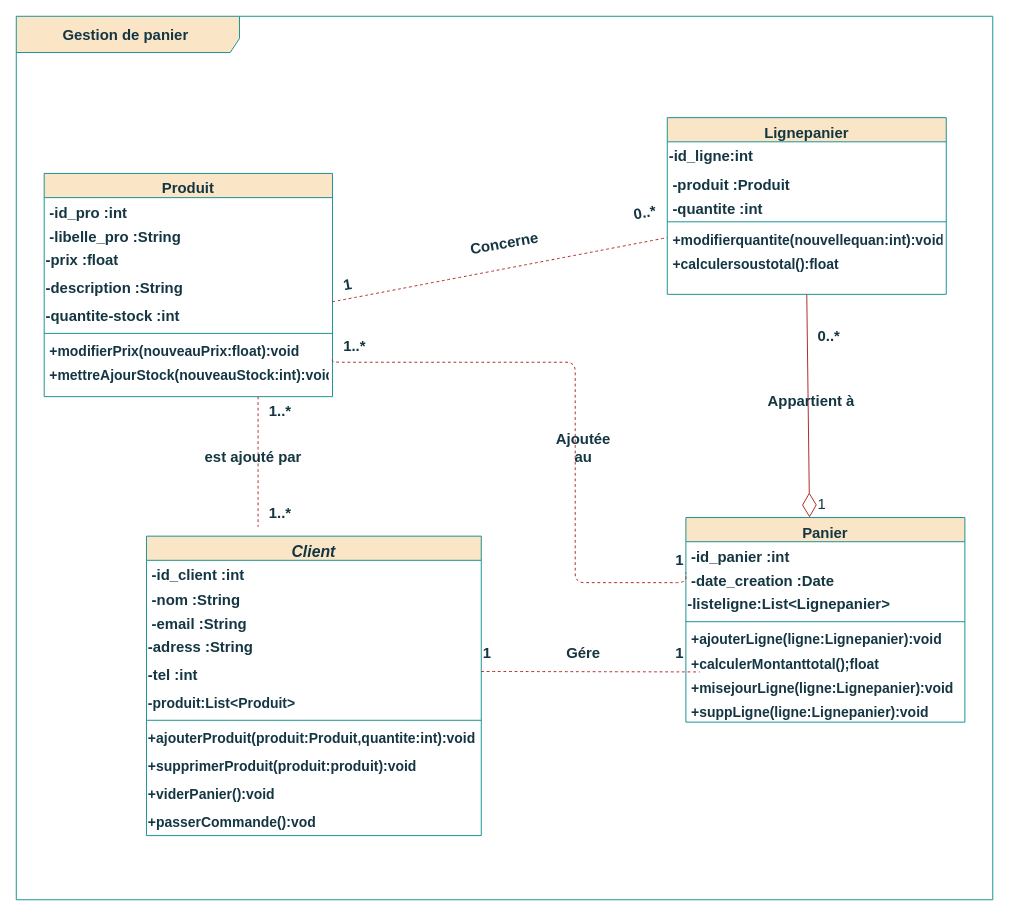
This is page "Page-2" (2 of 3) of Class Diagram.drawio from hananemazyan/DIAGRAMS, a draw.io file, before an edit. Source tidied: cells renumbered, new cells numbered last; positions are measured from the earlier drawing's top-left corner, leaving out a move shared by most shapes. Both pictures are drawn from the tidied source at 93%, with x=0, y=0 at pixel (16, 16).
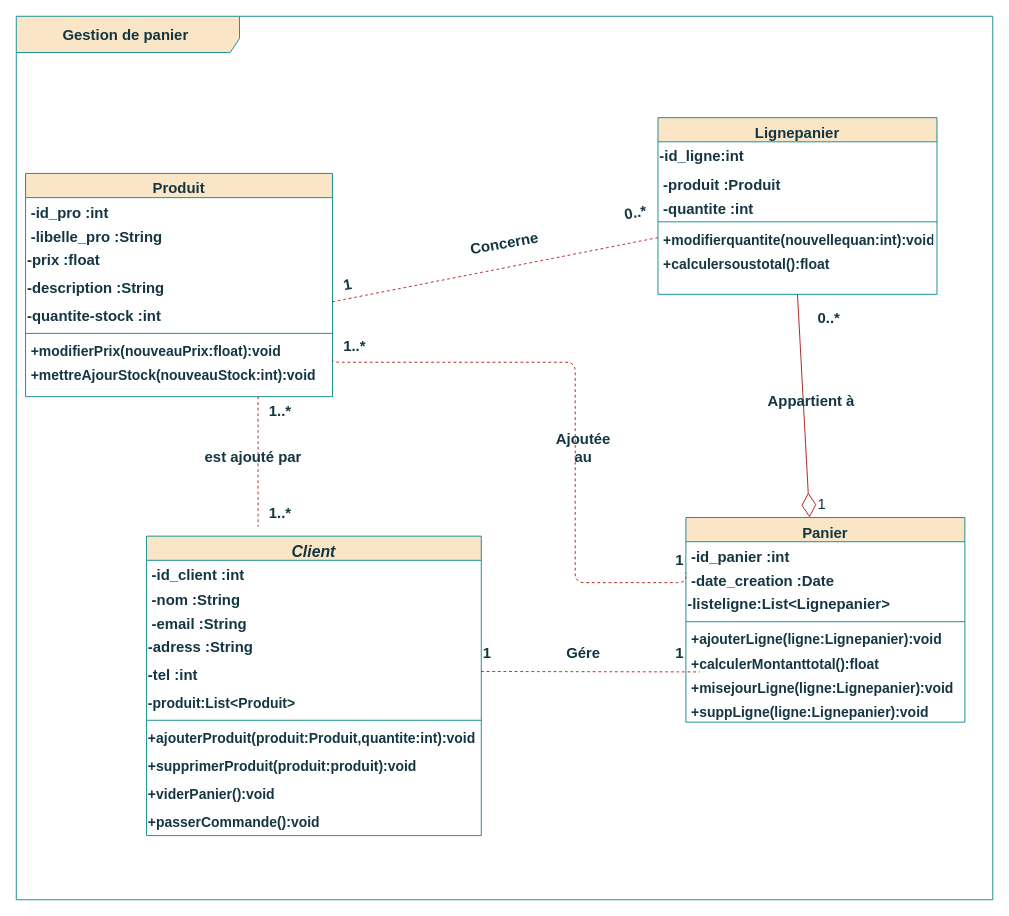
Above is the later version.

The change refers to these unchanged cells:
```xml
<mxCell id="2" value="Panier" style="swimlane;fontStyle=1;align=center;verticalAlign=top;horizontal=1;startSize=26;rounded=0;shadow=0;strokeWidth=1;fillColor=#FAE5C7;fontColor=#143642;strokeColor=#0F8B8D;fontSize=16;labelBackgroundColor=none;" parent="1" vertex="1">
  <mxGeometry x="720" y="539" width="300" height="220" as="geometry" />
</mxCell>
<mxCell id="11" value="Client" style="swimlane;fontStyle=3;align=center;verticalAlign=top;horizontal=1;startSize=26;rounded=0;shadow=0;strokeWidth=1;fontSize=17;fillColor=#FAE5C7;strokeColor=#0F8B8D;fontColor=#143642;labelBackgroundColor=none;" parent="1" vertex="1">
  <mxGeometry x="140" y="559" width="360" height="322" as="geometry" />
</mxCell>
```

The edit, as a diff of the source:
```diff
@@
-    <mxCell id="8" value="+calculerMontanttotal();float" style="text;align=left;verticalAlign=top;spacingLeft=4;spacingRight=4;overflow=hidden;fontSize=15;fontStyle=1;labelBackgroundColor=none;fontColor=#143642;" parent="2" vertex="1">
+    <mxCell id="8" value="+calculerMontanttotal():float" style="text;align=left;verticalAlign=top;spacingLeft=4;spacingRight=4;overflow=hidden;fontSize=15;fontStyle=1;labelBackgroundColor=none;fontColor=#143642;" parent="2" vertex="1">
       <mxGeometry y="142" width="300" height="26" as="geometry" />
     </mxCell>
@@
-    <mxCell id="22" value="&lt;span style=&quot;font-size: 15px;&quot;&gt;&lt;b&gt;+passerCommande():vod&lt;/b&gt;&lt;/span&gt;" style="text;strokeColor=none;fillColor=none;html=1;align=left;verticalAlign=middle;whiteSpace=wrap;rounded=0;fontSize=16;fontColor=#143642;" parent="11" vertex="1">
+    <mxCell id="22" value="&lt;span style=&quot;font-size: 15px;&quot;&gt;&lt;b&gt;+passerCommande():void&lt;/b&gt;&lt;/span&gt;" style="text;strokeColor=none;fillColor=none;html=1;align=left;verticalAlign=middle;whiteSpace=wrap;rounded=0;fontSize=16;fontColor=#143642;" parent="11" vertex="1">
       <mxGeometry y="292" width="360" height="30" as="geometry" />
     </mxCell>
     <mxCell id="23" value="Produit" style="swimlane;fontStyle=1;align=center;verticalAlign=top;horizontal=1;startSize=26;rounded=0;shadow=0;strokeWidth=1;fontSize=16;fillColor=#FAE5C7;fontColor=#143642;strokeColor=#0F8B8D;labelBackgroundColor=none;" parent="1" vertex="1">
-      <mxGeometry x="30" y="169" width="310" height="240" as="geometry" />
+      <mxGeometry x="10" y="169" width="330" height="240" as="geometry" />
     </mxCell>
     <mxCell id="24" value="-id_pro :int" style="text;align=left;verticalAlign=top;spacingLeft=4;spacingRight=4;overflow=hidden;fontSize=16;labelBackgroundColor=none;fontColor=#143642;fontStyle=1;" parent="23" vertex="1">
-      <mxGeometry y="26" width="310" height="26" as="geometry" />
+      <mxGeometry y="26" width="330" height="26" as="geometry" />
     </mxCell>
     <mxCell id="25" value="-libelle_pro :String" style="text;align=left;verticalAlign=top;spacingLeft=4;spacingRight=4;overflow=hidden;rounded=0;shadow=0;html=0;fontStyle=1;fontSize=16;labelBackgroundColor=none;fontColor=#143642;" parent="23" vertex="1">
-      <mxGeometry y="52" width="310" height="26" as="geometry" />
+      <mxGeometry y="52" width="330" height="26" as="geometry" />
     </mxCell>
     <mxCell id="26" value="&lt;b&gt;-prix :float&lt;/b&gt;" style="text;strokeColor=none;fillColor=none;html=1;align=left;verticalAlign=middle;whiteSpace=wrap;rounded=0;fontSize=16;labelBackgroundColor=none;fontColor=#143642;" parent="23" vertex="1">
-      <mxGeometry y="78" width="310" height="30" as="geometry" />
+      <mxGeometry y="78" width="330" height="30" as="geometry" />
     </mxCell>
     <mxCell id="27" value="&lt;b&gt;-description :String&lt;/b&gt;" style="text;strokeColor=none;fillColor=none;html=1;align=left;verticalAlign=middle;whiteSpace=wrap;rounded=0;fontSize=16;labelBackgroundColor=none;fontColor=#143642;" parent="23" vertex="1">
-      <mxGeometry y="108" width="310" height="30" as="geometry" />
+      <mxGeometry y="108" width="330" height="30" as="geometry" />
     </mxCell>
     <mxCell id="28" value="&lt;b&gt;-quantite-stock :int&lt;/b&gt;" style="text;strokeColor=none;fillColor=none;html=1;align=left;verticalAlign=middle;whiteSpace=wrap;rounded=0;fontSize=16;labelBackgroundColor=none;fontColor=#143642;" parent="23" vertex="1">
-      <mxGeometry y="138" width="310" height="30" as="geometry" />
+      <mxGeometry y="138" width="330" height="30" as="geometry" />
     </mxCell>
     <mxCell id="29" style="line;html=1;strokeWidth=1;align=left;verticalAlign=middle;spacingTop=-1;spacingLeft=3;spacingRight=3;labelPosition=right;strokeColor=#0F8B8D;labelBackgroundColor=none;fillColor=#FAE5C7;fontColor=#143642;" parent="23" vertex="1">
-      <mxGeometry y="168" width="310" height="8" as="geometry" />
+      <mxGeometry y="168" width="330" height="8" as="geometry" />
     </mxCell>
     <mxCell id="30" value="+modifierPrix(nouveauPrix:float):void" style="text;align=left;verticalAlign=top;spacingLeft=4;spacingRight=4;overflow=hidden;fontStyle=1;fontSize=15;labelBackgroundColor=none;fontColor=#143642;" parent="23" vertex="1">
-      <mxGeometry y="176" width="310" height="26" as="geometry" />
+      <mxGeometry y="176" width="330" height="26" as="geometry" />
     </mxCell>
     <mxCell id="31" value="+mettreAjourStock(nouveauStock:int):void&#10;" style="text;align=left;verticalAlign=top;spacingLeft=4;spacingRight=4;overflow=hidden;fontSize=15;labelBackgroundColor=none;fontColor=#143642;fontStyle=1;" parent="23" vertex="1">
-      <mxGeometry y="202" width="310" height="26" as="geometry" />
+      <mxGeometry y="202" width="330" height="26" as="geometry" />
     </mxCell>
     <mxCell id="32" value="Lignepanier" style="swimlane;fontStyle=1;align=center;verticalAlign=top;horizontal=1;startSize=26;rounded=0;shadow=0;strokeWidth=1;fillColor=#FAE5C7;fontColor=#143642;strokeColor=#0F8B8D;fontSize=16;labelBackgroundColor=none;" parent="1" vertex="1">
-      <mxGeometry x="700" y="109" width="300" height="190" as="geometry" />
+      <mxGeometry x="690" y="109" width="300" height="190" as="geometry" />
     </mxCell>
@@
     <mxCell id="46" value="&lt;div style=&quot;&quot;&gt;&lt;span style=&quot;background-color: initial;&quot;&gt;&lt;b&gt;0..*&lt;/b&gt;&lt;/span&gt;&lt;/div&gt;" style="text;strokeColor=none;fillColor=none;html=1;align=right;verticalAlign=middle;whiteSpace=wrap;rounded=0;fontSize=16;labelBackgroundColor=none;fontColor=#143642;rotation=-10;" parent="1" vertex="1">
-      <mxGeometry x="630" y="199" width="60" height="30" as="geometry" />
+      <mxGeometry x="620" y="199" width="60" height="30" as="geometry" />
     </mxCell>
@@
     <mxCell id="48" value="&lt;b&gt;0..*&lt;/b&gt;" style="text;strokeColor=none;fillColor=none;html=1;align=left;verticalAlign=middle;whiteSpace=wrap;rounded=0;fontSize=16;labelBackgroundColor=none;fontColor=#143642;" parent="1" vertex="1">
-      <mxGeometry x="860" y="329" width="60" height="30" as="geometry" />
+      <mxGeometry x="860" y="309" width="60" height="30" as="geometry" />
     </mxCell>
```
